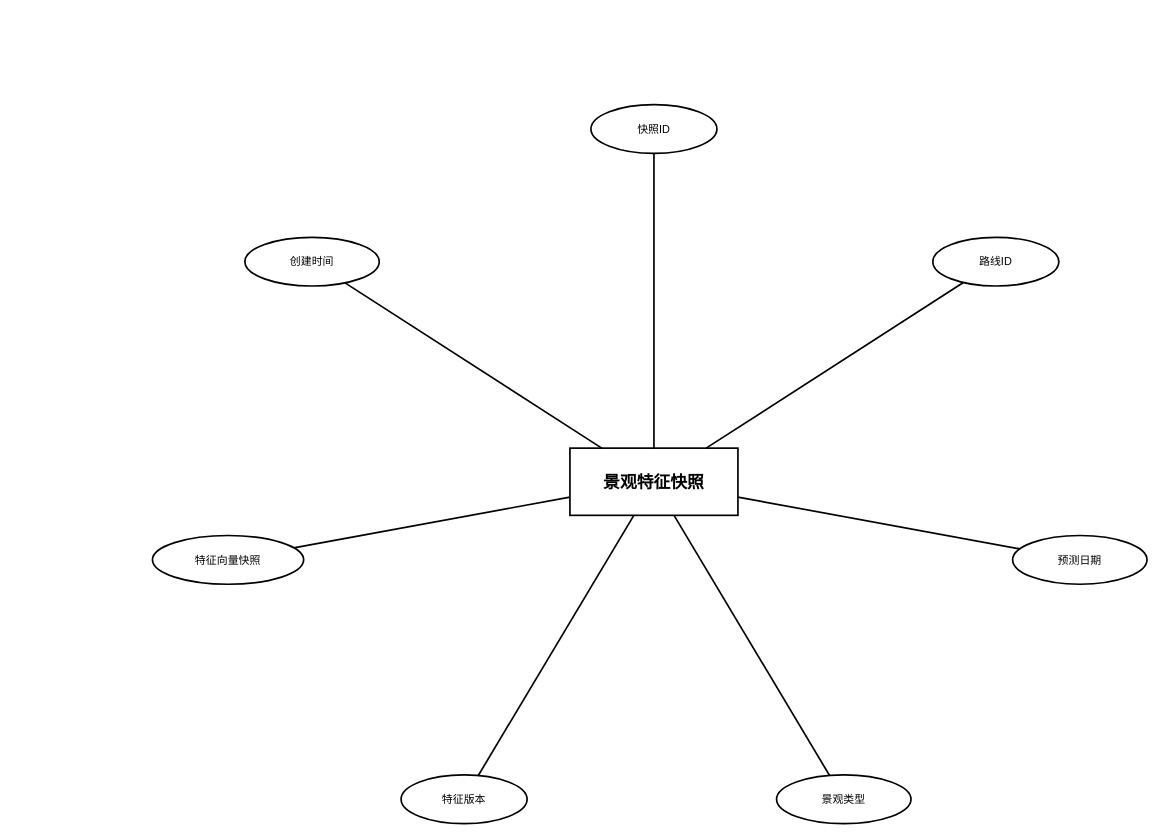
Earlier version of the draw.io diagram DOCS/thesis/figures/entity-diagrams/landscape_feature_snapshots/landscape_feature_snapshots_entity.drawio (612cs/TrailQuest). Source tidied: cells renumbered, new cells numbered last; positions are measured from the earlier drawing's top-left corner, leaving out a move shared by most shapes. Both pictures are drawn from the tidied source at 84%, with x=0, y=0 at pixel (152, 104).
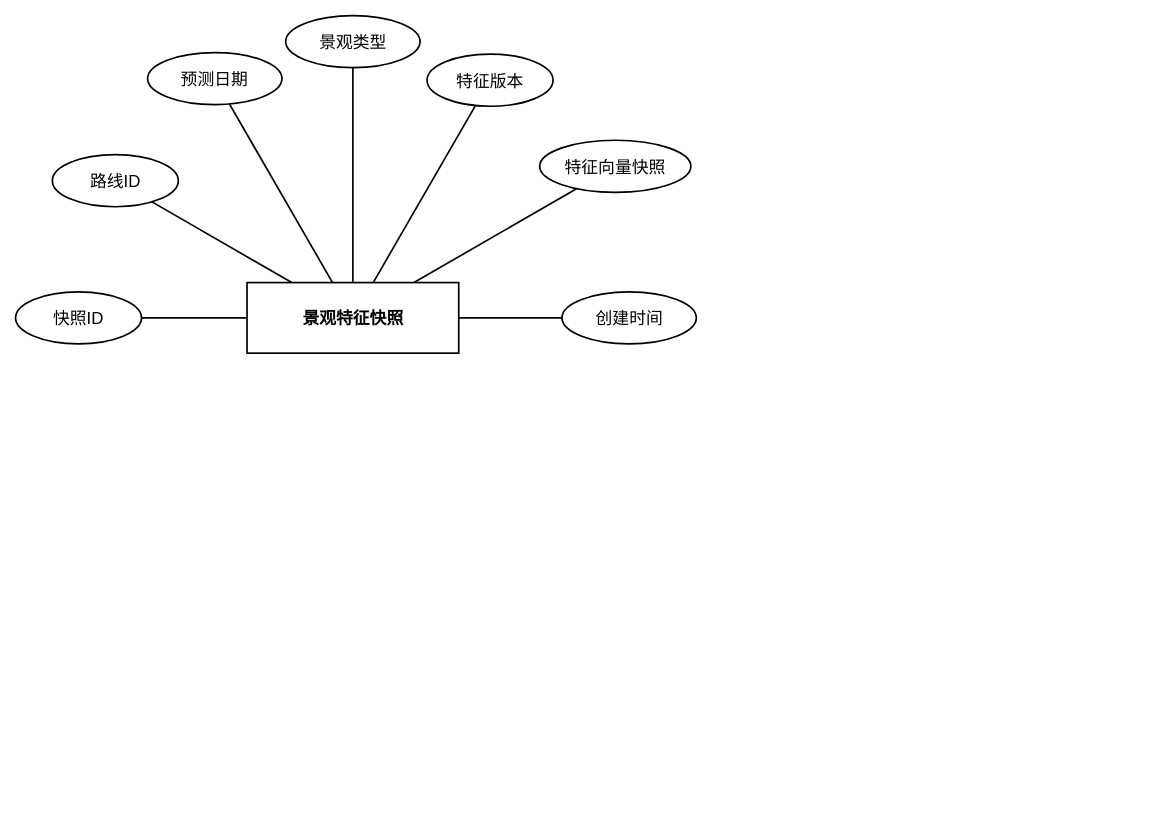
The same diagram, later.

Diff of the diagram source:
```diff
@@
 <mxGraphModel>
   <root>
     <mxCell id="0" />
     <mxCell id="1" parent="0" />
-    <mxCell id="2" value="景观特征快照" style="rounded=0;whiteSpace=wrap;html=1;fillColor=#ffffff;strokeColor=#000000;fontColor=#000000;fontFamily=Arial;fontSize=20;fontStyle=1;align=center;verticalAlign=middle;strokeWidth=2;" parent="1" vertex="1">
-      <mxGeometry x="497" y="409" width="200" height="80" as="geometry" />
+    <mxCell id="2" value="景观特征快照" style="rounded=0;whiteSpace=wrap;html=1;fillColor=none;strokeColor=#000000;fontColor=#000000;fontFamily=Arial;fontSize=20;fontStyle=1;align=center;verticalAlign=middle;strokeWidth=2;gradientColor=none;shadow=0;glass=0;" parent="1" vertex="1">
+      <mxGeometry x="112.6" y="211.9" width="252" height="84" as="geometry" />
     </mxCell>
-    <mxCell id="3" value="快照ID" style="ellipse;whiteSpace=wrap;html=1;fillColor=#ffffff;strokeColor=#000000;fontColor=#000000;fontFamily=Arial;fontSize=13;align=center;verticalAlign=middle;strokeWidth=2;" parent="1" vertex="1">
-      <mxGeometry x="522" width="150" height="58" as="geometry" />
+    <mxCell id="3" value="快照ID" style="ellipse;whiteSpace=wrap;html=1;fillColor=none;strokeColor=#000000;fontColor=#000000;fontFamily=Arial;fontSize=20;align=center;verticalAlign=middle;strokeWidth=2;gradientColor=none;shadow=0;glass=0;" parent="1" vertex="1">
+      <mxGeometry x="-163" y="222.9" width="150" height="62" as="geometry" />
     </mxCell>
-    <mxCell id="4" value="路线ID" style="ellipse;whiteSpace=wrap;html=1;fillColor=#ffffff;strokeColor=#000000;fontColor=#000000;fontFamily=Arial;fontSize=13;align=center;verticalAlign=middle;strokeWidth=2;" parent="1" vertex="1">
-      <mxGeometry x="929" y="158" width="150" height="58" as="geometry" />
+    <mxCell id="4" value="路线ID" style="ellipse;whiteSpace=wrap;html=1;fillColor=none;strokeColor=#000000;fontColor=#000000;fontFamily=Arial;fontSize=20;align=center;verticalAlign=middle;strokeWidth=2;gradientColor=none;shadow=0;glass=0;" parent="1" vertex="1">
+      <mxGeometry x="-119.2" y="59.6" width="150" height="62" as="geometry" />
     </mxCell>
-    <mxCell id="5" value="预测日期" style="ellipse;whiteSpace=wrap;html=1;fillColor=#ffffff;strokeColor=#000000;fontColor=#000000;fontFamily=Arial;fontSize=13;align=center;verticalAlign=middle;strokeWidth=2;" parent="1" vertex="1">
-      <mxGeometry x="1024" y="513" width="160" height="58" as="geometry" />
+    <mxCell id="5" value="预测日期" style="ellipse;whiteSpace=wrap;html=1;fillColor=none;strokeColor=#000000;fontColor=#000000;fontFamily=Arial;fontSize=20;align=center;verticalAlign=middle;strokeWidth=2;gradientColor=none;shadow=0;glass=0;" parent="1" vertex="1">
+      <mxGeometry x="-5.8" y="-61.9" width="160" height="62" as="geometry" />
     </mxCell>
-    <mxCell id="6" value="景观类型" style="ellipse;whiteSpace=wrap;html=1;fillColor=#ffffff;strokeColor=#000000;fontColor=#000000;fontFamily=Arial;fontSize=13;align=center;verticalAlign=middle;strokeWidth=2;" parent="1" vertex="1">
-      <mxGeometry x="743" y="798" width="160" height="58" as="geometry" />
+    <mxCell id="6" value="景观类型" style="ellipse;whiteSpace=wrap;html=1;fillColor=none;strokeColor=#000000;fontColor=#000000;fontFamily=Arial;fontSize=20;align=center;verticalAlign=middle;strokeWidth=2;gradientColor=none;shadow=0;glass=0;" parent="1" vertex="1">
+      <mxGeometry x="158.6" y="-106" width="160" height="62" as="geometry" />
     </mxCell>
-    <mxCell id="7" value="特征版本" style="ellipse;whiteSpace=wrap;html=1;fillColor=#ffffff;strokeColor=#000000;fontColor=#000000;fontFamily=Arial;fontSize=13;align=center;verticalAlign=middle;strokeWidth=2;" parent="1" vertex="1">
-      <mxGeometry x="296" y="798" width="150" height="58" as="geometry" />
+    <mxCell id="7" value="特征版本" style="ellipse;whiteSpace=wrap;html=1;fillColor=none;strokeColor=#000000;fontColor=#000000;fontFamily=Arial;fontSize=20;align=center;verticalAlign=middle;strokeWidth=2;gradientColor=none;shadow=0;glass=0;" parent="1" vertex="1">
+      <mxGeometry x="326.9" y="-60" width="150" height="62" as="geometry" />
     </mxCell>
-    <mxCell id="8" value="特征向量快照" style="ellipse;whiteSpace=wrap;html=1;fillColor=#ffffff;strokeColor=#000000;fontColor=#000000;fontFamily=Arial;fontSize=13;align=center;verticalAlign=middle;strokeWidth=2;" parent="1" vertex="1">
-      <mxGeometry y="513" width="180" height="58" as="geometry" />
+    <mxCell id="8" value="特征向量快照" style="ellipse;whiteSpace=wrap;html=1;fillColor=none;strokeColor=#000000;fontColor=#000000;fontFamily=Arial;fontSize=20;align=center;verticalAlign=middle;strokeWidth=2;gradientColor=none;shadow=0;glass=0;" parent="1" vertex="1">
+      <mxGeometry x="461" y="42.5" width="180" height="62" as="geometry" />
     </mxCell>
-    <mxCell id="9" value="创建时间" style="ellipse;whiteSpace=wrap;html=1;fillColor=#ffffff;strokeColor=#000000;fontColor=#000000;fontFamily=Arial;fontSize=13;align=center;verticalAlign=middle;strokeWidth=2;" parent="1" vertex="1">
-      <mxGeometry x="110" y="158" width="160" height="58" as="geometry" />
+    <mxCell id="9" value="创建时间" style="ellipse;whiteSpace=wrap;html=1;fillColor=none;strokeColor=#000000;fontColor=#000000;fontFamily=Arial;fontSize=20;align=center;verticalAlign=middle;strokeWidth=2;gradientColor=none;shadow=0;glass=0;" parent="1" vertex="1">
+      <mxGeometry x="487.5" y="222.9" width="160" height="62" as="geometry" />
     </mxCell>
     <mxCell id="10" style="endArrow=none;html=1;rounded=0;strokeColor=#000000;strokeWidth=2;" parent="1" edge="1" source="2" target="3">
       <mxGeometry relative="1" as="geometry" />
     </mxCell>
     <mxCell id="11" style="endArrow=none;html=1;rounded=0;strokeColor=#000000;strokeWidth=2;" parent="1" edge="1" source="2" target="4">
       <mxGeometry relative="1" as="geometry" />
     </mxCell>
     <mxCell id="12" style="endArrow=none;html=1;rounded=0;strokeColor=#000000;strokeWidth=2;" parent="1" edge="1" source="2" target="5">
       <mxGeometry relative="1" as="geometry" />
     </mxCell>
     <mxCell id="13" style="endArrow=none;html=1;rounded=0;strokeColor=#000000;strokeWidth=2;" parent="1" edge="1" source="2" target="6">
       <mxGeometry relative="1" as="geometry" />
     </mxCell>
     <mxCell id="14" style="endArrow=none;html=1;rounded=0;strokeColor=#000000;strokeWidth=2;" parent="1" edge="1" source="2" target="7">
       <mxGeometry relative="1" as="geometry" />
     </mxCell>
     <mxCell id="15" style="endArrow=none;html=1;rounded=0;strokeColor=#000000;strokeWidth=2;" parent="1" edge="1" source="2" target="8">
       <mxGeometry relative="1" as="geometry" />
     </mxCell>
     <mxCell id="16" style="endArrow=none;html=1;rounded=0;strokeColor=#000000;strokeWidth=2;" parent="1" edge="1" source="2" target="9">
       <mxGeometry relative="1" as="geometry" />
     </mxCell>
   </root>
 </mxGraphModel>
```
